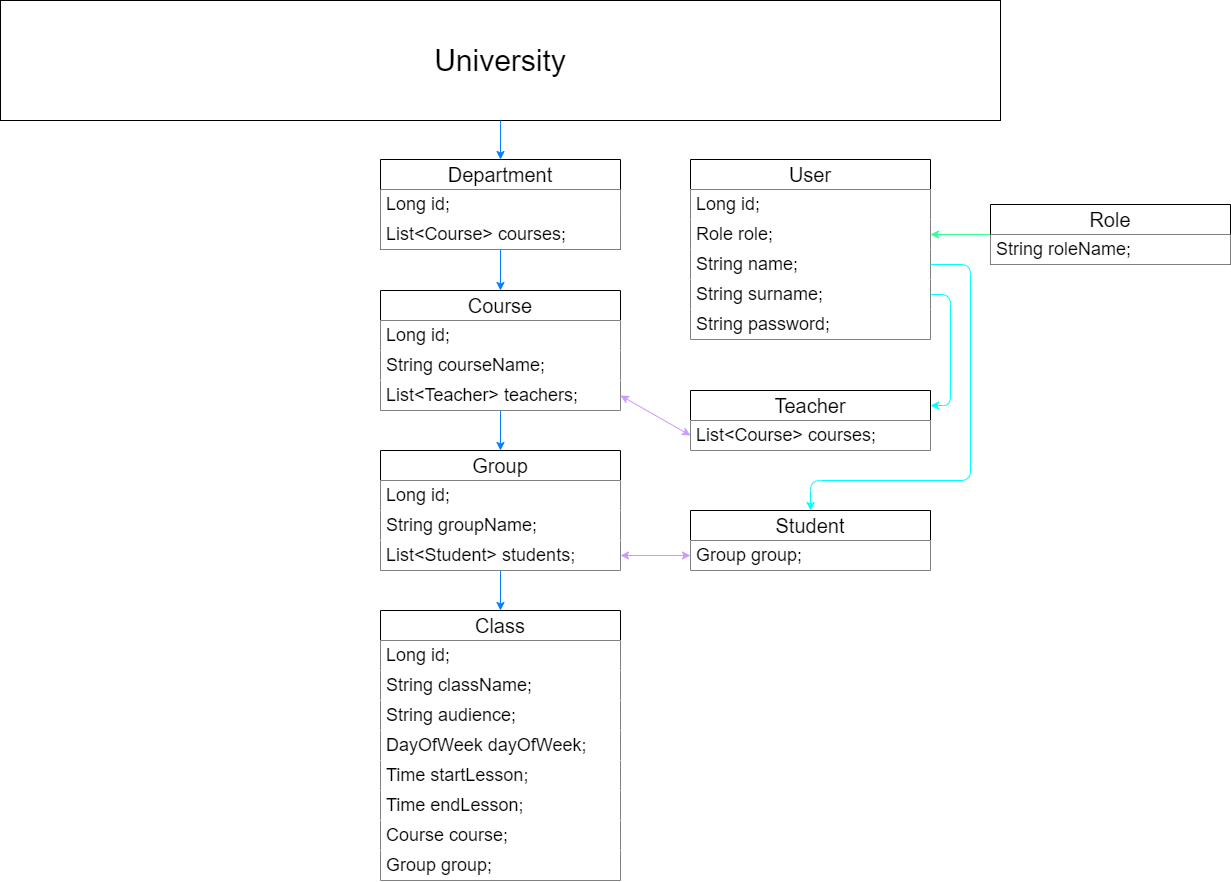
Above: docs/domain-model-drawio.png in Volodymyr-Petrunin/University-CMS (draw.io), before the change. Source tidied: cells renumbered, new cells last; positions are measured from the earlier drawing's top-left corner, leaving out a move shared by most shapes. Its diagram source:
```xml
<mxGraphModel>
  <root>
    <mxCell id="0" />
    <mxCell id="1" parent="0" />
    <mxCell id="2" value="&lt;font style=&quot;font-size: 30px;&quot;&gt;University&lt;/font&gt;" style="rounded=0;whiteSpace=wrap;html=1;" parent="1" vertex="1">
      <mxGeometry width="1000" height="120" as="geometry" />
    </mxCell>
    <mxCell id="3" style="edgeStyle=orthogonalEdgeStyle;rounded=0;jettySize=auto;html=1;exitX=0.5;exitY=1;exitDx=0;exitDy=0;strokeColor=#007FFF;" parent="1" edge="1" source="4" target="25">
      <mxGeometry relative="1" as="geometry" />
    </mxCell>
    <mxCell id="4" value="&lt;font style=&quot;font-size: 20px;&quot;&gt;Course&lt;/font&gt;" style="swimlane;fontStyle=0;horizontal=1;startSize=30;whiteSpace=wrap;html=1;swimlaneFillColor=none;" parent="1" vertex="1">
      <mxGeometry x="380" y="290" width="240" height="120" as="geometry" />
    </mxCell>
    <mxCell id="5" value="&lt;font style=&quot;font-size: 18px;&quot;&gt;Long id;&lt;/font&gt;" style="text;strokeColor=none;fillColor=default;align=left;verticalAlign=middle;spacingLeft=4;spacingRight=4;overflow=hidden;whiteSpace=wrap;html=1;" parent="4" vertex="1">
      <mxGeometry y="30" width="240" height="30" as="geometry" />
    </mxCell>
    <mxCell id="6" value="&lt;font style=&quot;font-size: 18px;&quot;&gt;String courseName;&lt;/font&gt;" style="text;strokeColor=none;fillColor=default;align=left;verticalAlign=middle;spacingLeft=4;spacingRight=4;overflow=hidden;whiteSpace=wrap;html=1;" parent="4" vertex="1">
      <mxGeometry y="60" width="240" height="30" as="geometry" />
    </mxCell>
    <mxCell id="7" value="&lt;span style=&quot;font-size: 18px;&quot;&gt;List&amp;lt;Teacher&amp;gt; teachers;&lt;/span&gt;" style="text;strokeColor=none;fillColor=default;align=left;verticalAlign=middle;spacingLeft=4;spacingRight=4;overflow=hidden;points=[[0,0.5],[1,0.5]];portConstraint=eastwest;whiteSpace=wrap;html=1;" parent="4" vertex="1">
      <mxGeometry y="90" width="240" height="30" as="geometry" />
    </mxCell>
    <mxCell id="8" style="edgeStyle=orthogonalEdgeStyle;rounded=0;jettySize=auto;html=1;strokeColor=#007FFF;" parent="1" edge="1" source="9" target="4">
      <mxGeometry relative="1" as="geometry" />
    </mxCell>
    <mxCell id="9" value="&lt;font style=&quot;font-size: 20px;&quot;&gt;Department&lt;/font&gt;" style="swimlane;fontStyle=0;horizontal=1;startSize=30;whiteSpace=wrap;html=1;swimlaneFillColor=none;" parent="1" vertex="1">
      <mxGeometry x="380" y="159" width="240" height="90" as="geometry" />
    </mxCell>
    <mxCell id="10" value="&lt;font style=&quot;font-size: 18px;&quot;&gt;Long id;&lt;/font&gt;" style="text;strokeColor=none;fillColor=default;align=left;verticalAlign=middle;spacingLeft=4;spacingRight=4;overflow=hidden;whiteSpace=wrap;html=1;" parent="9" vertex="1">
      <mxGeometry y="30" width="240" height="30" as="geometry" />
    </mxCell>
    <mxCell id="11" value="&lt;span style=&quot;font-size: 18px;&quot;&gt;List&amp;lt;Course&amp;gt; courses;&lt;/span&gt;" style="text;strokeColor=none;fillColor=default;align=left;verticalAlign=middle;spacingLeft=4;spacingRight=4;overflow=hidden;whiteSpace=wrap;html=1;" parent="9" vertex="1">
      <mxGeometry y="60" width="240" height="30" as="geometry" />
    </mxCell>
    <mxCell id="12" style="edgeStyle=orthogonalEdgeStyle;rounded=0;jettySize=auto;html=1;entryX=0.5;entryY=0;entryDx=0;entryDy=0;strokeColor=#007FFF;" parent="1" edge="1" target="9">
      <mxGeometry relative="1" as="geometry">
        <mxPoint x="500.1" y="120" as="sourcePoint" />
      </mxGeometry>
    </mxCell>
    <mxCell id="13" value="&lt;font style=&quot;font-size: 20px;&quot;&gt;Class&lt;/font&gt;" style="swimlane;fontStyle=0;horizontal=1;startSize=30;whiteSpace=wrap;html=1;swimlaneFillColor=none;fillColor=default;" parent="1" vertex="1">
      <mxGeometry x="380" y="610" width="240" height="270" as="geometry" />
    </mxCell>
    <mxCell id="14" value="&lt;font style=&quot;font-size: 18px;&quot;&gt;Long id;&lt;/font&gt;" style="text;strokeColor=none;fillColor=default;align=left;verticalAlign=middle;spacingLeft=4;spacingRight=4;overflow=hidden;whiteSpace=wrap;html=1;" parent="13" vertex="1">
      <mxGeometry y="30" width="240" height="30" as="geometry" />
    </mxCell>
    <mxCell id="15" value="&lt;font style=&quot;font-size: 18px;&quot;&gt;String className;&lt;/font&gt;" style="text;strokeColor=none;fillColor=default;align=left;verticalAlign=middle;spacingLeft=4;spacingRight=4;overflow=hidden;whiteSpace=wrap;html=1;" parent="13" vertex="1">
      <mxGeometry y="60" width="240" height="30" as="geometry" />
    </mxCell>
    <mxCell id="16" value="&lt;font style=&quot;font-size: 18px;&quot;&gt;String audience;&lt;/font&gt;" style="text;strokeColor=none;fillColor=default;align=left;verticalAlign=middle;spacingLeft=4;spacingRight=4;overflow=hidden;whiteSpace=wrap;html=1;" parent="13" vertex="1">
      <mxGeometry y="90" width="240" height="30" as="geometry" />
    </mxCell>
    <mxCell id="17" value="&lt;span style=&quot;font-size: 18px;&quot;&gt;DayOfWeek dayOfWeek;&lt;/span&gt;" style="text;strokeColor=none;fillColor=default;align=left;verticalAlign=middle;spacingLeft=4;spacingRight=4;overflow=hidden;whiteSpace=wrap;html=1;" parent="13" vertex="1">
      <mxGeometry y="120" width="240" height="30" as="geometry" />
    </mxCell>
    <mxCell id="18" value="&lt;font style=&quot;font-size: 18px;&quot;&gt;Time startLesson;&lt;/font&gt;" style="text;strokeColor=none;fillColor=default;align=left;verticalAlign=middle;spacingLeft=4;spacingRight=4;overflow=hidden;whiteSpace=wrap;html=1;" parent="13" vertex="1">
      <mxGeometry y="150" width="240" height="30" as="geometry" />
    </mxCell>
    <mxCell id="19" value="&lt;font style=&quot;font-size: 18px;&quot;&gt;Time endLesson;&lt;/font&gt;" style="text;strokeColor=none;fillColor=default;align=left;verticalAlign=middle;spacingLeft=4;spacingRight=4;overflow=hidden;whiteSpace=wrap;html=1;" parent="13" vertex="1">
      <mxGeometry y="180" width="240" height="30" as="geometry" />
    </mxCell>
    <mxCell id="20" value="&lt;font style=&quot;font-size: 18px;&quot;&gt;Course course;&lt;/font&gt;" style="text;strokeColor=none;fillColor=default;align=left;verticalAlign=middle;spacingLeft=4;spacingRight=4;overflow=hidden;whiteSpace=wrap;html=1;" parent="13" vertex="1">
      <mxGeometry y="210" width="240" height="30" as="geometry" />
    </mxCell>
    <mxCell id="21" value="&lt;font style=&quot;font-size: 18px;&quot;&gt;Group group;&lt;/font&gt;" style="text;strokeColor=none;fillColor=default;align=left;verticalAlign=middle;spacingLeft=4;spacingRight=4;overflow=hidden;whiteSpace=wrap;html=1;" parent="13" vertex="1">
      <mxGeometry y="240" width="240" height="30" as="geometry" />
    </mxCell>
    <mxCell id="22" value="&lt;span style=&quot;font-size: 20px;&quot;&gt;Teacher&lt;/span&gt;" style="swimlane;fontStyle=0;horizontal=1;startSize=30;whiteSpace=wrap;html=1;swimlaneFillColor=none;" parent="1" vertex="1">
      <mxGeometry x="690" y="390" width="240" height="60" as="geometry" />
    </mxCell>
    <mxCell id="23" value="&lt;span style=&quot;font-size: 18px;&quot;&gt;List&amp;lt;Course&amp;gt; courses;&lt;/span&gt;" style="text;strokeColor=none;fillColor=default;align=left;verticalAlign=middle;spacingLeft=4;spacingRight=4;overflow=hidden;points=[[0,0.5],[1,0.5]];portConstraint=eastwest;whiteSpace=wrap;html=1;" parent="22" vertex="1">
      <mxGeometry y="30" width="240" height="30" as="geometry" />
    </mxCell>
    <mxCell id="24" style="edgeStyle=orthogonalEdgeStyle;rounded=0;jettySize=auto;html=1;exitX=0.5;exitY=1;exitDx=0;exitDy=0;strokeColor=#007FFF;" parent="1" edge="1" source="25" target="13">
      <mxGeometry relative="1" as="geometry" />
    </mxCell>
    <mxCell id="25" value="&lt;span style=&quot;font-size: 20px;&quot;&gt;Group&lt;/span&gt;" style="swimlane;fontStyle=0;horizontal=1;startSize=30;whiteSpace=wrap;html=1;swimlaneFillColor=none;" parent="1" vertex="1">
      <mxGeometry x="380" y="450" width="240" height="120" as="geometry" />
    </mxCell>
    <mxCell id="26" value="&lt;font style=&quot;font-size: 18px;&quot;&gt;Long id;&lt;/font&gt;" style="text;strokeColor=none;fillColor=default;align=left;verticalAlign=middle;spacingLeft=4;spacingRight=4;overflow=hidden;whiteSpace=wrap;html=1;" parent="25" vertex="1">
      <mxGeometry y="30" width="240" height="30" as="geometry" />
    </mxCell>
    <mxCell id="27" value="&lt;font style=&quot;font-size: 18px;&quot;&gt;String groupName;&lt;/font&gt;" style="text;strokeColor=none;fillColor=default;align=left;verticalAlign=middle;spacingLeft=4;spacingRight=4;overflow=hidden;whiteSpace=wrap;html=1;" parent="25" vertex="1">
      <mxGeometry y="60" width="240" height="30" as="geometry" />
    </mxCell>
    <mxCell id="28" value="&lt;span style=&quot;font-size: 18px;&quot;&gt;List&amp;lt;Student&amp;gt; students;&lt;/span&gt;" style="text;strokeColor=none;fillColor=default;align=left;verticalAlign=middle;spacingLeft=4;spacingRight=4;overflow=hidden;whiteSpace=wrap;html=1;" parent="25" vertex="1">
      <mxGeometry y="90" width="240" height="30" as="geometry" />
    </mxCell>
    <mxCell id="29" value="&lt;span style=&quot;font-size: 20px;&quot;&gt;Student&lt;/span&gt;" style="swimlane;fontStyle=0;horizontal=1;startSize=30;whiteSpace=wrap;html=1;swimlaneFillColor=none;fillColor=default;" parent="1" vertex="1">
      <mxGeometry x="690" y="510" width="240" height="60" as="geometry" />
    </mxCell>
    <mxCell id="30" value="&lt;span style=&quot;font-size: 18px;&quot;&gt;Group group;&lt;/span&gt;" style="text;strokeColor=none;fillColor=default;align=left;verticalAlign=middle;spacingLeft=4;spacingRight=4;overflow=hidden;points=[[0,0.5],[1,0.5]];portConstraint=eastwest;whiteSpace=wrap;html=1;" parent="29" vertex="1">
      <mxGeometry y="30" width="240" height="30" as="geometry" />
    </mxCell>
    <mxCell id="31" style="edgeStyle=orthogonalEdgeStyle;rounded=1;jettySize=auto;html=1;entryX=1;entryY=0.5;entryDx=0;entryDy=0;strokeColor=#33FF99;" parent="1" edge="1" source="32" target="38">
      <mxGeometry relative="1" as="geometry" />
    </mxCell>
    <mxCell id="32" value="&lt;span style=&quot;font-size: 20px;&quot;&gt;Role&lt;/span&gt;" style="swimlane;fontStyle=0;horizontal=1;startSize=30;whiteSpace=wrap;html=1;swimlaneFillColor=none;" parent="1" vertex="1">
      <mxGeometry x="990" y="204" width="240" height="60" as="geometry" />
    </mxCell>
    <mxCell id="33" value="&lt;font style=&quot;font-size: 18px;&quot;&gt;String roleName;&lt;/font&gt;" style="text;strokeColor=none;fillColor=default;align=left;verticalAlign=middle;spacingLeft=4;spacingRight=4;overflow=hidden;whiteSpace=wrap;html=1;" parent="32" vertex="1">
      <mxGeometry y="30" width="240" height="30" as="geometry" />
    </mxCell>
    <mxCell id="34" style="endArrow=classic;startArrow=classic;html=1;rounded=1;entryX=0;entryY=0.5;entryDx=0;entryDy=0;exitX=1;exitY=0.5;exitDx=0;exitDy=0;strokeColor=#CC99FF;" parent="1" edge="1" source="7" target="23">
      <mxGeometry relative="1" as="geometry" />
    </mxCell>
    <mxCell id="35" style="endArrow=classic;startArrow=classic;html=1;rounded=0;exitX=0;exitY=0.5;exitDx=0;exitDy=0;strokeColor=#CC99FF;" parent="1" edge="1" source="30">
      <mxGeometry relative="1" as="geometry">
        <mxPoint x="620" y="555" as="targetPoint" />
      </mxGeometry>
    </mxCell>
    <mxCell id="36" value="&lt;span style=&quot;font-size: 20px;&quot;&gt;User&lt;/span&gt;" style="swimlane;fontStyle=0;horizontal=1;startSize=30;whiteSpace=wrap;html=1;swimlaneFillColor=none;" parent="1" vertex="1">
      <mxGeometry x="690" y="159" width="240" height="180" as="geometry" />
    </mxCell>
    <mxCell id="37" value="&lt;font style=&quot;font-size: 18px;&quot;&gt;Long id;&lt;/font&gt;" style="text;strokeColor=none;fillColor=default;align=left;verticalAlign=middle;spacingLeft=4;spacingRight=4;overflow=hidden;whiteSpace=wrap;html=1;" parent="36" vertex="1">
      <mxGeometry y="30" width="240" height="30" as="geometry" />
    </mxCell>
    <mxCell id="38" value="&lt;span style=&quot;font-size: 18px;&quot;&gt;Role role;&lt;/span&gt;" style="text;strokeColor=none;fillColor=default;align=left;verticalAlign=middle;spacingLeft=4;spacingRight=4;overflow=hidden;points=[[0,0.5],[1,0.5]];portConstraint=eastwest;whiteSpace=wrap;html=1;" parent="36" vertex="1">
      <mxGeometry y="60" width="240" height="30" as="geometry" />
    </mxCell>
    <mxCell id="39" value="&lt;font style=&quot;font-size: 18px;&quot;&gt;String name;&lt;/font&gt;" style="text;strokeColor=none;fillColor=default;align=left;verticalAlign=middle;spacingLeft=4;spacingRight=4;overflow=hidden;points=[[0,0.5],[1,0.5]];portConstraint=eastwest;whiteSpace=wrap;html=1;" parent="36" vertex="1">
      <mxGeometry y="90" width="240" height="30" as="geometry" />
    </mxCell>
    <mxCell id="40" value="&lt;font style=&quot;font-size: 18px;&quot;&gt;String surname;&lt;/font&gt;" style="text;strokeColor=none;fillColor=default;align=left;verticalAlign=middle;spacingLeft=4;spacingRight=4;overflow=hidden;points=[[0,0.5],[1,0.5]];portConstraint=eastwest;whiteSpace=wrap;html=1;" parent="36" vertex="1">
      <mxGeometry y="120" width="240" height="30" as="geometry" />
    </mxCell>
    <mxCell id="41" value="&lt;span style=&quot;font-size: 18px;&quot;&gt;String password;&lt;/span&gt;" style="text;strokeColor=none;fillColor=default;align=left;verticalAlign=middle;spacingLeft=4;spacingRight=4;overflow=hidden;whiteSpace=wrap;html=1;" parent="36" vertex="1">
      <mxGeometry y="150" width="240" height="30" as="geometry" />
    </mxCell>
    <mxCell id="42" style="edgeStyle=orthogonalEdgeStyle;rounded=1;jettySize=auto;html=1;entryX=0.5;entryY=0;entryDx=0;entryDy=0;exitX=1;exitY=0.5;exitDx=0;exitDy=0;strokeColor=#00FFFF;" parent="1" edge="1" source="39" target="29">
      <mxGeometry relative="1" as="geometry">
        <Array as="points">
          <mxPoint x="970" y="264" />
          <mxPoint x="970" y="480" />
          <mxPoint x="810" y="480" />
        </Array>
      </mxGeometry>
    </mxCell>
    <mxCell id="43" style="edgeStyle=orthogonalEdgeStyle;rounded=1;jettySize=auto;html=1;entryX=1;entryY=0.25;entryDx=0;entryDy=0;exitX=1;exitY=0.5;exitDx=0;exitDy=0;strokeColor=#00FFFF;" parent="1" edge="1" source="40" target="22">
      <mxGeometry relative="1" as="geometry" />
    </mxCell>
  </root>
</mxGraphModel>
```
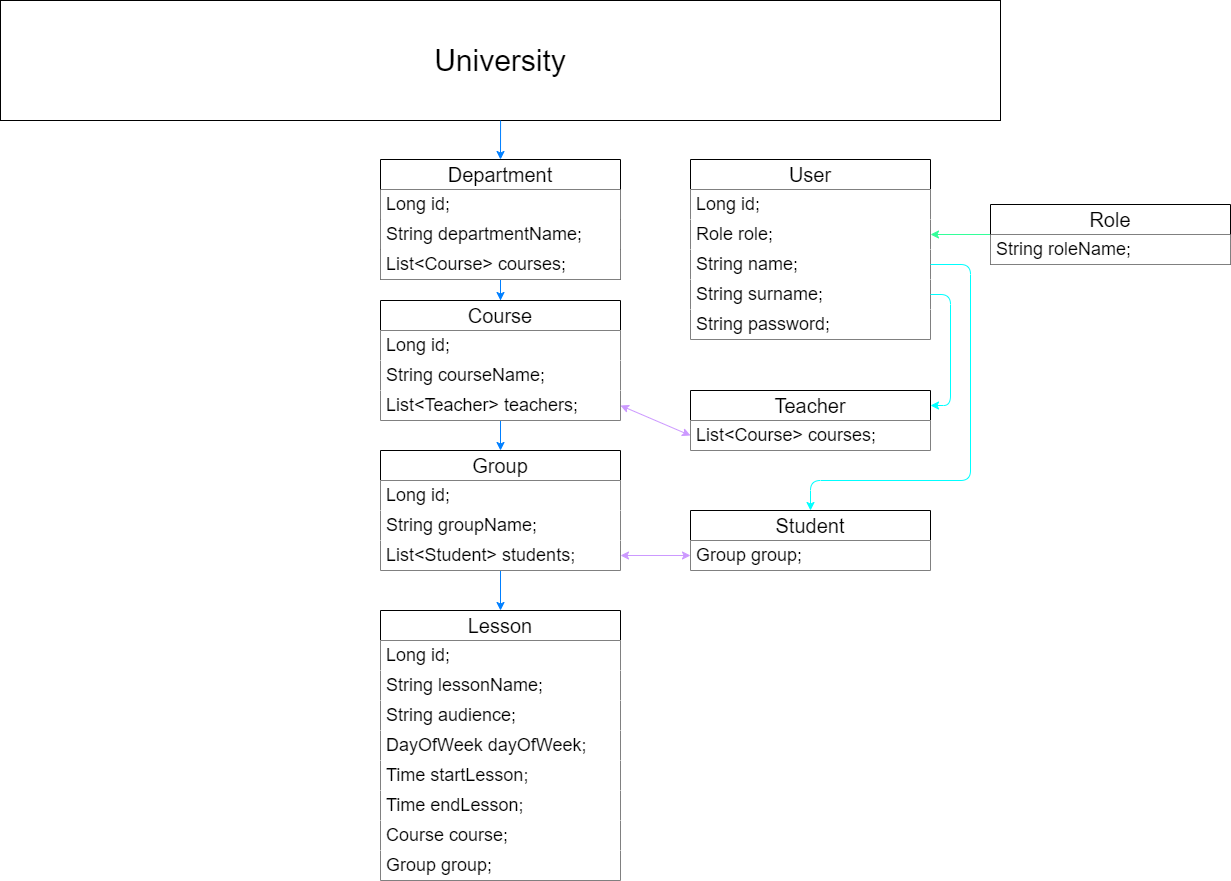
After the change.

What changed in the source:
```diff
@@ -9,7 +9,7 @@
       <mxGeometry relative="1" as="geometry" />
     </mxCell>
     <mxCell id="4" value="&lt;font style=&quot;font-size: 20px;&quot;&gt;Course&lt;/font&gt;" style="swimlane;fontStyle=0;horizontal=1;startSize=30;whiteSpace=wrap;html=1;swimlaneFillColor=none;" parent="1" vertex="1">
-      <mxGeometry x="380" y="290" width="240" height="120" as="geometry" />
+      <mxGeometry x="380" y="300" width="240" height="120" as="geometry" />
     </mxCell>
     <mxCell id="5" value="&lt;font style=&quot;font-size: 18px;&quot;&gt;Long id;&lt;/font&gt;" style="text;strokeColor=none;fillColor=default;align=left;verticalAlign=middle;spacingLeft=4;spacingRight=4;overflow=hidden;whiteSpace=wrap;html=1;" parent="4" vertex="1">
       <mxGeometry y="30" width="240" height="30" as="geometry" />
@@ -24,26 +24,29 @@
       <mxGeometry relative="1" as="geometry" />
     </mxCell>
     <mxCell id="9" value="&lt;font style=&quot;font-size: 20px;&quot;&gt;Department&lt;/font&gt;" style="swimlane;fontStyle=0;horizontal=1;startSize=30;whiteSpace=wrap;html=1;swimlaneFillColor=none;" parent="1" vertex="1">
-      <mxGeometry x="380" y="159" width="240" height="90" as="geometry" />
+      <mxGeometry x="380" y="159" width="240" height="120" as="geometry" />
     </mxCell>
     <mxCell id="10" value="&lt;font style=&quot;font-size: 18px;&quot;&gt;Long id;&lt;/font&gt;" style="text;strokeColor=none;fillColor=default;align=left;verticalAlign=middle;spacingLeft=4;spacingRight=4;overflow=hidden;whiteSpace=wrap;html=1;" parent="9" vertex="1">
       <mxGeometry y="30" width="240" height="30" as="geometry" />
     </mxCell>
+    <mxCell id="44" value="&lt;font style=&quot;font-size: 18px;&quot;&gt;String departmentName;&lt;/font&gt;" style="text;strokeColor=none;fillColor=default;align=left;verticalAlign=middle;spacingLeft=4;spacingRight=4;overflow=hidden;whiteSpace=wrap;html=1;" parent="9" vertex="1">
+      <mxGeometry y="60" width="240" height="30" as="geometry" />
+    </mxCell>
     <mxCell id="11" value="&lt;span style=&quot;font-size: 18px;&quot;&gt;List&amp;lt;Course&amp;gt; courses;&lt;/span&gt;" style="text;strokeColor=none;fillColor=default;align=left;verticalAlign=middle;spacingLeft=4;spacingRight=4;overflow=hidden;whiteSpace=wrap;html=1;" parent="9" vertex="1">
-      <mxGeometry y="60" width="240" height="30" as="geometry" />
+      <mxGeometry y="90" width="240" height="30" as="geometry" />
     </mxCell>
     <mxCell id="12" style="edgeStyle=orthogonalEdgeStyle;rounded=0;jettySize=auto;html=1;entryX=0.5;entryY=0;entryDx=0;entryDy=0;strokeColor=#007FFF;" parent="1" edge="1" target="9">
       <mxGeometry relative="1" as="geometry">
         <mxPoint x="500.1" y="120" as="sourcePoint" />
       </mxGeometry>
     </mxCell>
-    <mxCell id="13" value="&lt;font style=&quot;font-size: 20px;&quot;&gt;Class&lt;/font&gt;" style="swimlane;fontStyle=0;horizontal=1;startSize=30;whiteSpace=wrap;html=1;swimlaneFillColor=none;fillColor=default;" parent="1" vertex="1">
+    <mxCell id="13" value="&lt;font style=&quot;font-size: 20px;&quot;&gt;Lesson&lt;/font&gt;" style="swimlane;fontStyle=0;horizontal=1;startSize=30;whiteSpace=wrap;html=1;swimlaneFillColor=none;fillColor=default;" parent="1" vertex="1">
       <mxGeometry x="380" y="610" width="240" height="270" as="geometry" />
     </mxCell>
     <mxCell id="14" value="&lt;font style=&quot;font-size: 18px;&quot;&gt;Long id;&lt;/font&gt;" style="text;strokeColor=none;fillColor=default;align=left;verticalAlign=middle;spacingLeft=4;spacingRight=4;overflow=hidden;whiteSpace=wrap;html=1;" parent="13" vertex="1">
       <mxGeometry y="30" width="240" height="30" as="geometry" />
     </mxCell>
-    <mxCell id="15" value="&lt;font style=&quot;font-size: 18px;&quot;&gt;String className;&lt;/font&gt;" style="text;strokeColor=none;fillColor=default;align=left;verticalAlign=middle;spacingLeft=4;spacingRight=4;overflow=hidden;whiteSpace=wrap;html=1;" parent="13" vertex="1">
+    <mxCell id="15" value="&lt;font style=&quot;font-size: 18px;&quot;&gt;String lessonName;&lt;/font&gt;" style="text;strokeColor=none;fillColor=default;align=left;verticalAlign=middle;spacingLeft=4;spacingRight=4;overflow=hidden;whiteSpace=wrap;html=1;" parent="13" vertex="1">
       <mxGeometry y="60" width="240" height="30" as="geometry" />
     </mxCell>
     <mxCell id="16" value="&lt;font style=&quot;font-size: 18px;&quot;&gt;String audience;&lt;/font&gt;" style="text;strokeColor=none;fillColor=default;align=left;verticalAlign=middle;spacingLeft=4;spacingRight=4;overflow=hidden;whiteSpace=wrap;html=1;" parent="13" vertex="1">
```
